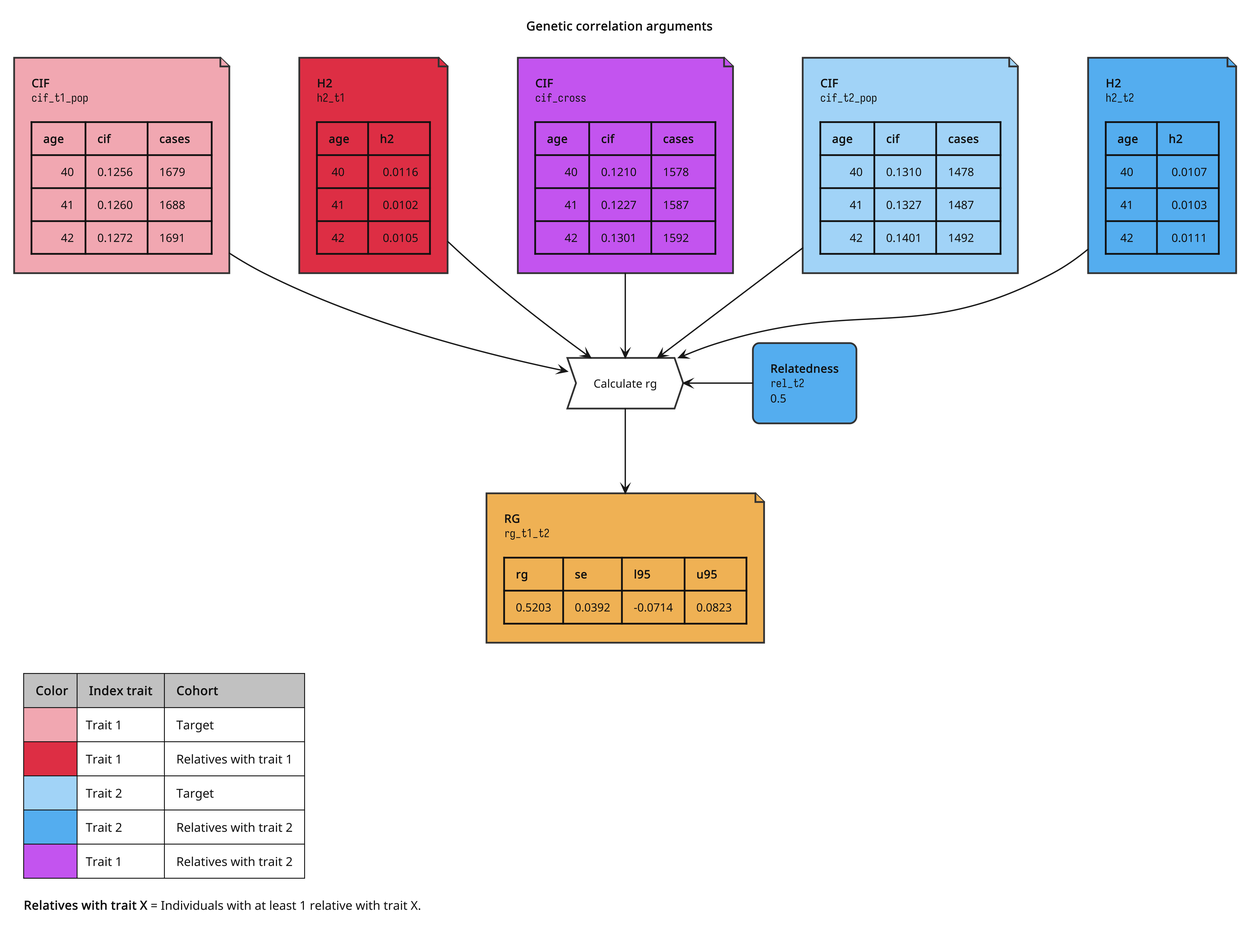
Above: guides/diagrams/rg-arguments.png in BioPsyk/epimight (PlantUML), before the change.
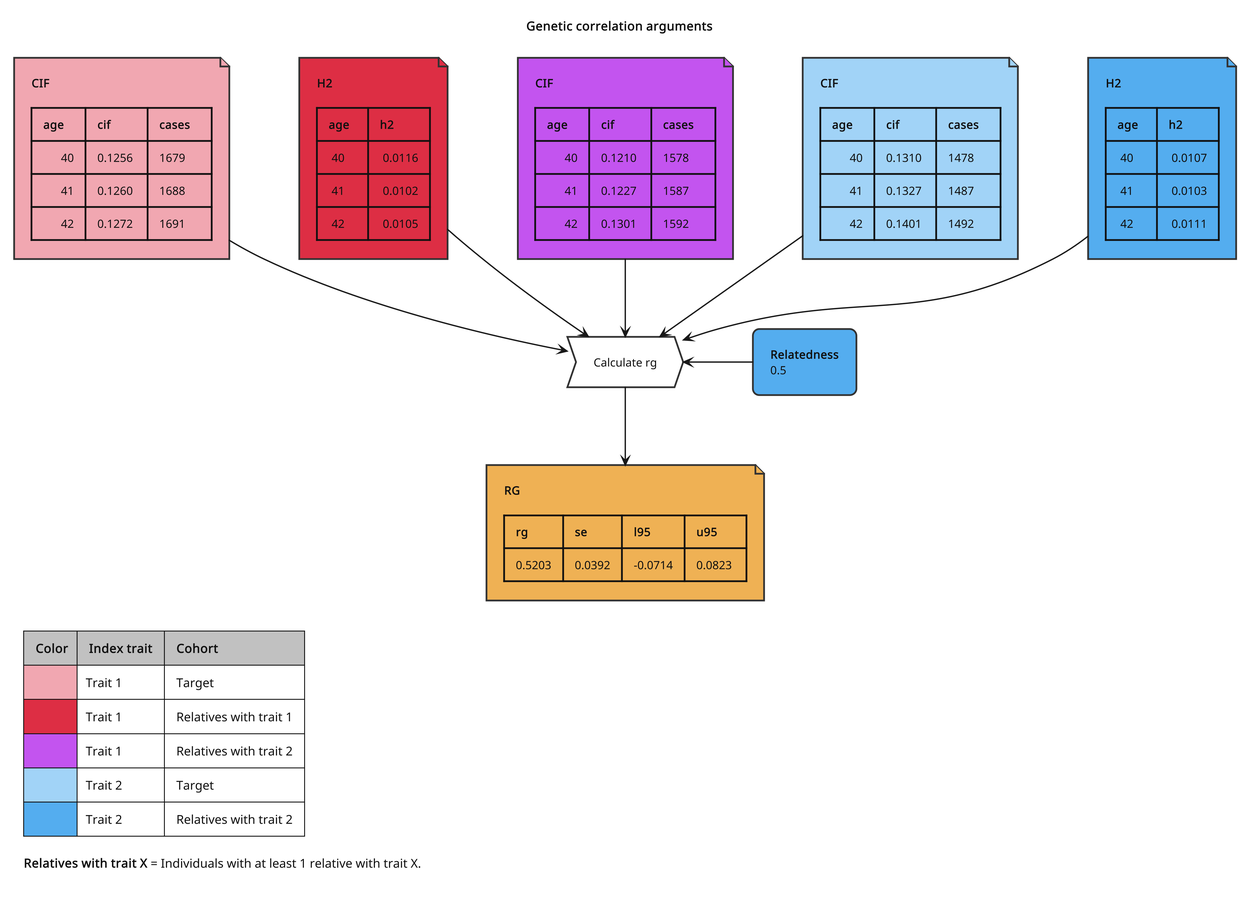
The same file after the commit.

Commit message:
Simplifies diagram

Diff of the diagram source:
```diff
@@ -40,16 +40,15 @@
   <#silver>|= Color|= Index trait |= Cohort |
   |<#f1a7b0>|Trait 1 | Target |
   |<#dd2e44>|Trait 1 | Relatives with trait 1 |
+  |<#c254ef>|Trait 1 | Relatives with trait 2 |
   |<#a1d2f7>|Trait 2 | Target |
   |<#54adef>|Trait 2 | Relatives with trait 2 |
-  |<#c254ef>|Trait 1 | Relatives with trait 2 |
 
   **Relatives with trait X** = Individuals with at least 1 relative with trait X.
 endlegend
 
 file cif_t1_pop #f1a7b0 [
 **CIF**
-""cif_t1_pop""
 
 | **age**  | **cif** | **cases** |
 |       40 | 0.1256  | 1679      |
@@ -59,7 +58,6 @@
 
 file h2_t1 #dd2e44 [
 **H2**
-""h2_t1""
 
 | **age** | **h2**  |
 |  40     |  0.0116 |
@@ -69,7 +67,6 @@
 
 file cif_cross #c254ef [
 **CIF**
-""cif_cross""
 
 | **age**  | **cif** | **cases** |
 |       40 | 0.1210  | 1578      |
@@ -79,7 +76,6 @@
 
 file cif_t2_pop #a1d2f7 [
 **CIF**
-""cif_t2_pop""
 
 | **age**  | **cif** | **cases** |
 |       40 | 0.1310  | 1478      |
@@ -89,7 +85,6 @@
 
 file h2_t2 #54adef [
 **H2**
-""h2_t2""
 
 | **age** | **h2**  |
 |  40     |  0.0107 |
@@ -101,13 +96,12 @@
 
 file rg_results #efb054 [
 **RG**
-""rg_t1_t2""
 
 | **rg** | **se** | **l95** | **u95** |
 | 0.5203 | 0.0392 | -0.0714 | 0.0823  |
 ]
 
-rectangle "**Relatedness**\n""rel_t2""\n0.5" as t3_rel #54adef
+rectangle "**Relatedness**\n0.5" as t3_rel #54adef
 
 cif_t1_pop --> rg
 cif_t2_pop --> rg
```
